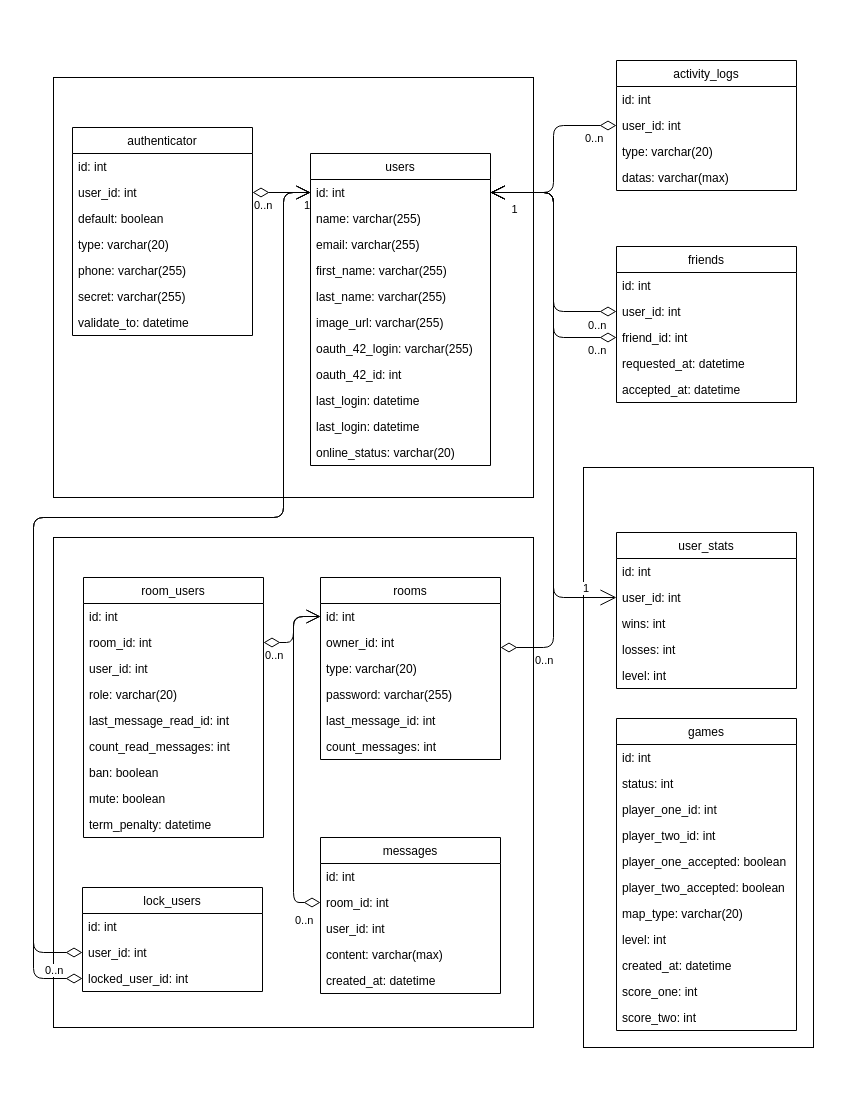
Above: docs/database.drawio in 0xOnyx/42_ft_transcendence (draw.io), before the change. Source tidied: cells renumbered, new cells numbered last; positions are measured from the earlier drawing's top-left corner, leaving out a move shared by most shapes. Both pictures are drawn from the tidied source at 100%, with x=0, y=0 at pixel (33, 60).
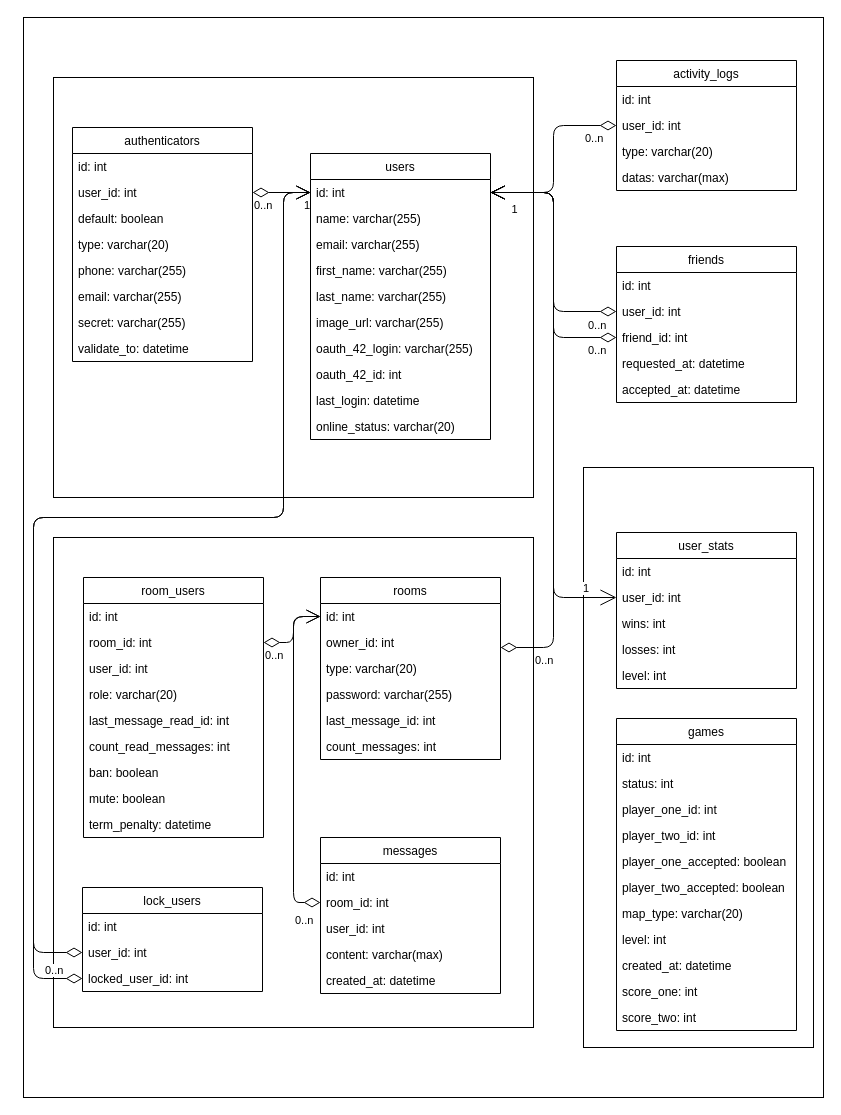
The same diagram, later.

Commit message (it also covers changes not shown here):
database struct

Change to the diagram source:
```diff
@@
+    <mxCell id="102" style="rounded=0;whiteSpace=wrap;html=1;" parent="1" vertex="1">
+      <mxGeometry x="-10" y="-43" width="800" height="1080" as="geometry" />
+    </mxCell>
@@
     <mxCell id="5" value="users" style="swimlane;fontStyle=0;horizontal=1;startSize=26;fillColor=none;" parent="1" vertex="1">
-      <mxGeometry x="277" y="93" width="180" height="312" as="geometry" />
+      <mxGeometry x="277" y="93" width="180" height="286" as="geometry" />
     </mxCell>
@@
-    <mxCell id="15" value="last_login: datetime" style="text;strokeColor=none;fillColor=none;align=left;verticalAlign=top;spacingLeft=4;spacingRight=4;overflow=hidden;" parent="5" vertex="1">
-      <mxGeometry y="260" width="180" height="26" as="geometry" />
-    </mxCell>
     <mxCell id="16" value="online_status: varchar(20)" style="text;strokeColor=none;fillColor=none;align=left;verticalAlign=top;spacingLeft=4;spacingRight=4;overflow=hidden;" parent="5" vertex="1">
-      <mxGeometry y="286" width="180" height="26" as="geometry" />
+      <mxGeometry y="260" width="180" height="26" as="geometry" />
     </mxCell>
-    <mxCell id="17" value="authenticator" style="swimlane;fontStyle=0;horizontal=1;startSize=26;fillColor=none;" parent="1" vertex="1">
-      <mxGeometry x="39" y="67" width="180" height="208" as="geometry" />
+    <mxCell id="17" value="authenticators" style="swimlane;fontStyle=0;horizontal=1;startSize=26;fillColor=none;" parent="1" vertex="1">
+      <mxGeometry x="39" y="67" width="180" height="234" as="geometry" />
     </mxCell>
@@
+    <mxCell id="103" value="phone: varchar(255)" style="text;strokeColor=none;fillColor=none;align=left;verticalAlign=top;spacingLeft=4;spacingRight=4;overflow=hidden;" parent="17" vertex="1">
+      <mxGeometry y="130" width="180" height="26" as="geometry" />
+    </mxCell>
-    <mxCell id="22" value="phone: varchar(255)" style="text;strokeColor=none;fillColor=none;align=left;verticalAlign=top;spacingLeft=4;spacingRight=4;overflow=hidden;" parent="17" vertex="1">
-      <mxGeometry y="130" width="180" height="26" as="geometry" />
+    <mxCell id="22" value="email: varchar(255)" style="text;strokeColor=none;fillColor=none;align=left;verticalAlign=top;spacingLeft=4;spacingRight=4;overflow=hidden;" parent="17" vertex="1">
+      <mxGeometry y="156" width="180" height="26" as="geometry" />
     </mxCell>
     <mxCell id="23" value="secret: varchar(255)" style="text;strokeColor=none;fillColor=none;align=left;verticalAlign=top;spacingLeft=4;spacingRight=4;overflow=hidden;" parent="17" vertex="1">
-      <mxGeometry y="156" width="180" height="26" as="geometry" />
+      <mxGeometry y="182" width="180" height="26" as="geometry" />
     </mxCell>
     <mxCell id="24" value="validate_to: datetime" style="text;strokeColor=none;fillColor=none;align=left;verticalAlign=top;spacingLeft=4;spacingRight=4;overflow=hidden;" parent="17" vertex="1">
-      <mxGeometry y="182" width="180" height="26" as="geometry" />
+      <mxGeometry y="208" width="180" height="26" as="geometry" />
     </mxCell>
```
